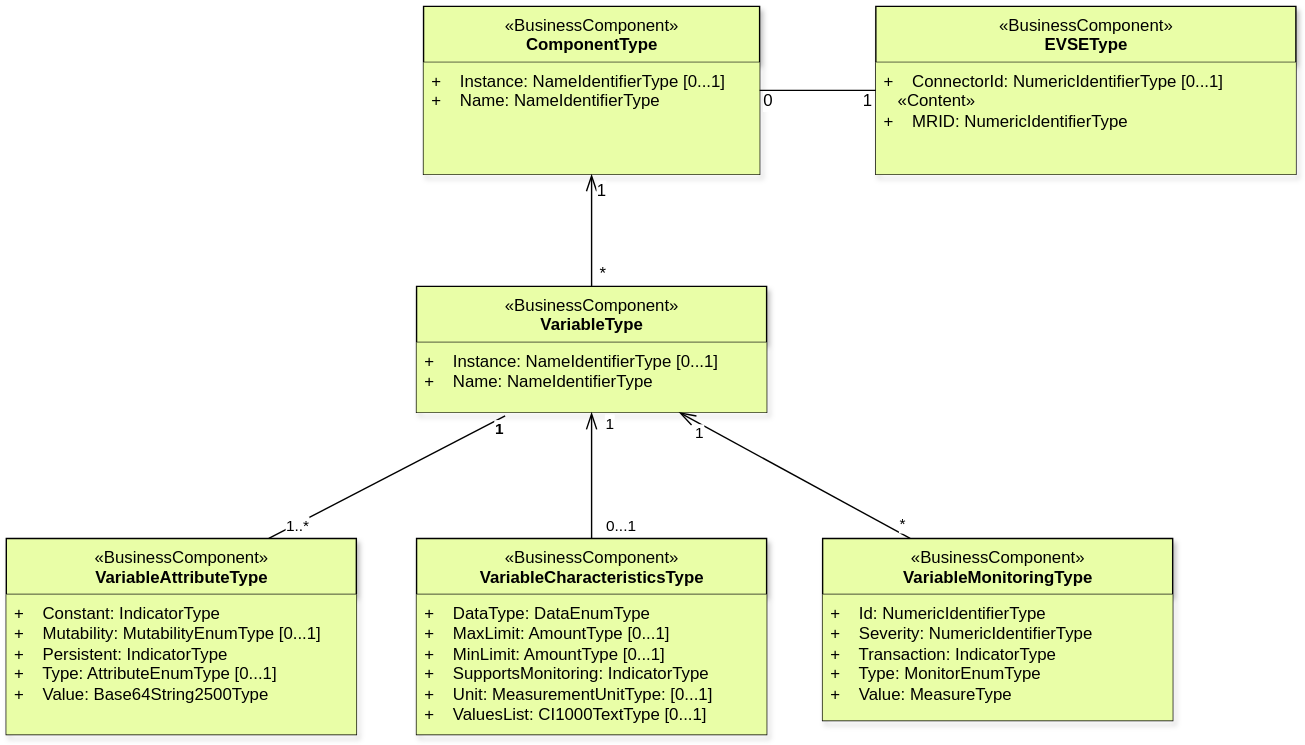
phoi5675/ocpp-markdown keeps this draw.io diagram as OCPP_2.0.1/images/figure_5.svg. Above is the earlier version. Source tidied: cells renumbered, new cells last; positions are measured from the earlier drawing's top-left corner, leaving out a move shared by most shapes.
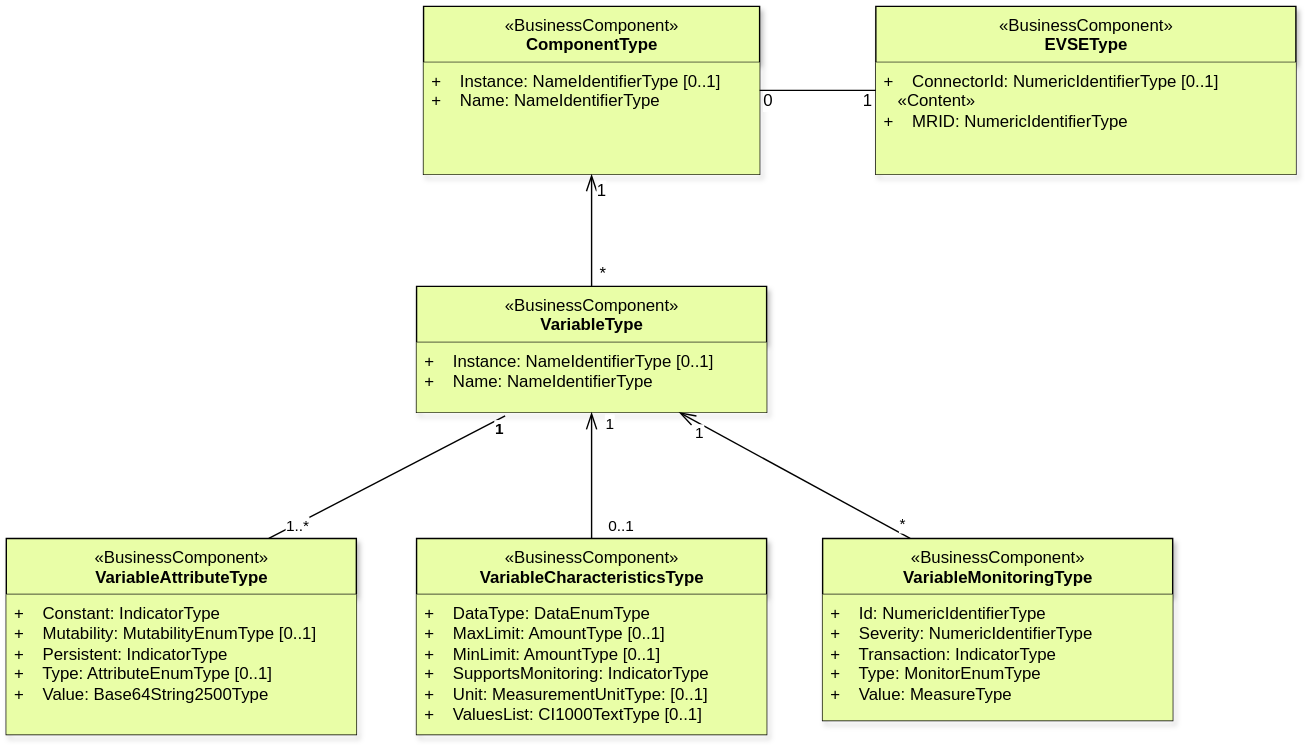
The same file after the commit.

The edit, as a diff of the source:
```diff
@@ -5,19 +5,19 @@
     <mxCell id="2" value="&lt;font style=&quot;font-size: 12px;&quot;&gt;&lt;span style=&quot;background-color: initial; font-size: 12px;&quot;&gt;«BusinessComponent»&lt;br style=&quot;font-size: 12px;&quot;&gt;&lt;/span&gt;&lt;b style=&quot;font-size: 12px;&quot;&gt;ComponentType&lt;/b&gt;&lt;/font&gt;" style="swimlane;fontStyle=0;align=center;verticalAlign=top;horizontal=1;startSize=40;html=1;fillColor=#e9fea7;shadow=1;fontSize=12;" parent="1" vertex="1">
       <mxGeometry x="298" width="240" height="120" as="geometry" />
     </mxCell>
-    <mxCell id="3" value="+&amp;nbsp; &amp;nbsp; Instance: NameIdentifierType [0...1]&lt;br style=&quot;font-size: 12px;&quot;&gt;+&amp;nbsp; &amp;nbsp; Name: NameIdentifierType" style="text;html=1;strokeColor=none;fillColor=#e9fea7;align=left;verticalAlign=top;spacingLeft=4;spacingRight=4;overflow=hidden;points=[[0,0.5],[1,0.5]];portConstraint=eastwest;fontSize=12;" parent="2" vertex="1">
+    <mxCell id="3" value="+&amp;nbsp; &amp;nbsp; Instance: NameIdentifierType [0..1]&lt;br style=&quot;font-size: 12px;&quot;&gt;+&amp;nbsp; &amp;nbsp; Name: NameIdentifierType" style="text;html=1;strokeColor=none;fillColor=#e9fea7;align=left;verticalAlign=top;spacingLeft=4;spacingRight=4;overflow=hidden;points=[[0,0.5],[1,0.5]];portConstraint=eastwest;fontSize=12;" parent="2" vertex="1">
       <mxGeometry y="40" width="240" height="80" as="geometry" />
     </mxCell>
     <mxCell id="4" value="&lt;font style=&quot;font-size: 12px;&quot;&gt;&lt;span style=&quot;background-color: initial; font-size: 12px;&quot;&gt;«BusinessComponent»&lt;br style=&quot;font-size: 12px;&quot;&gt;&lt;/span&gt;&lt;b style=&quot;font-size: 12px;&quot;&gt;VariableType&lt;/b&gt;&lt;/font&gt;" style="swimlane;fontStyle=0;align=center;verticalAlign=top;horizontal=1;startSize=40;html=1;fillColor=#e9fea7;rounded=0;shadow=1;fontSize=12;" parent="1" vertex="1">
       <mxGeometry x="293" y="200" width="250" height="90" as="geometry" />
     </mxCell>
-    <mxCell id="5" value="+&amp;nbsp; &amp;nbsp; Instance: NameIdentifierType [0...1]&lt;br style=&quot;font-size: 12px;&quot;&gt;+&amp;nbsp; &amp;nbsp; Name: NameIdentifierType" style="text;html=1;strokeColor=none;fillColor=#e9fea7;align=left;verticalAlign=top;spacingLeft=4;spacingRight=4;overflow=hidden;points=[[0,0.5],[1,0.5]];portConstraint=eastwest;fontSize=12;" parent="4" vertex="1">
+    <mxCell id="5" value="+&amp;nbsp; &amp;nbsp; Instance: NameIdentifierType [0..1]&lt;br style=&quot;font-size: 12px;&quot;&gt;+&amp;nbsp; &amp;nbsp; Name: NameIdentifierType" style="text;html=1;strokeColor=none;fillColor=#e9fea7;align=left;verticalAlign=top;spacingLeft=4;spacingRight=4;overflow=hidden;points=[[0,0.5],[1,0.5]];portConstraint=eastwest;fontSize=12;" parent="4" vertex="1">
       <mxGeometry y="40" width="250" height="50" as="geometry" />
     </mxCell>
     <mxCell id="6" value="&lt;font style=&quot;font-size: 12px;&quot;&gt;&lt;span style=&quot;background-color: initial; font-size: 12px;&quot;&gt;«BusinessComponent»&lt;br style=&quot;font-size: 12px;&quot;&gt;&lt;/span&gt;&lt;b style=&quot;font-size: 12px;&quot;&gt;EVSEType&lt;/b&gt;&lt;/font&gt;" style="swimlane;fontStyle=0;align=center;verticalAlign=top;horizontal=1;startSize=40;html=1;fillColor=#e9fea7;shadow=1;fontSize=12;" parent="1" vertex="1">
       <mxGeometry x="621" width="300" height="120" as="geometry" />
     </mxCell>
-    <mxCell id="7" value="+&amp;nbsp; &amp;nbsp; ConnectorId: NumericIdentifierType [0...1]&lt;br style=&quot;font-size: 12px;&quot;&gt;&lt;span style=&quot;text-align: center; font-size: 12px;&quot;&gt;&amp;nbsp; &amp;nbsp;«Content»&lt;/span&gt;&lt;br style=&quot;font-size: 12px;&quot;&gt;+&amp;nbsp; &amp;nbsp; MRID: NumericIdentifierType" style="text;html=1;strokeColor=none;fillColor=#e9fea7;align=left;verticalAlign=top;spacingLeft=4;spacingRight=4;overflow=hidden;fontSize=12;" parent="6" vertex="1">
+    <mxCell id="7" value="+&amp;nbsp; &amp;nbsp; ConnectorId: NumericIdentifierType [0..1]&lt;br style=&quot;font-size: 12px;&quot;&gt;&lt;span style=&quot;text-align: center; font-size: 12px;&quot;&gt;&amp;nbsp; &amp;nbsp;«Content»&lt;/span&gt;&lt;br style=&quot;font-size: 12px;&quot;&gt;+&amp;nbsp; &amp;nbsp; MRID: NumericIdentifierType" style="text;html=1;strokeColor=none;fillColor=#e9fea7;align=left;verticalAlign=top;spacingLeft=4;spacingRight=4;overflow=hidden;fontSize=12;" parent="6" vertex="1">
       <mxGeometry y="40" width="300" height="80" as="geometry" />
     </mxCell>
     <mxCell id="8" style="edgeStyle=none;html=1;fontFamily=Helvetica;fontSize=12;endArrow=openThin;endFill=0;endSize=10;" parent="1" edge="1" source="4" target="3">
@@ -62,13 +62,13 @@
     <mxCell id="17" value="&lt;font style=&quot;font-size: 12px;&quot;&gt;&lt;span style=&quot;background-color: initial; font-size: 12px;&quot;&gt;«BusinessComponent»&lt;br style=&quot;font-size: 12px;&quot;&gt;&lt;/span&gt;&lt;b style=&quot;font-size: 12px;&quot;&gt;VariableAttributeType&lt;/b&gt;&lt;/font&gt;" style="swimlane;fontStyle=0;align=center;verticalAlign=top;horizontal=1;startSize=40;html=1;fillColor=#e9fea7;rounded=0;shadow=1;fontSize=12;" parent="1" vertex="1">
       <mxGeometry y="380" width="250" height="140" as="geometry" />
     </mxCell>
-    <mxCell id="18" value="+&amp;nbsp; &amp;nbsp; Constant: IndicatorType&lt;br style=&quot;font-size: 12px;&quot;&gt;+&amp;nbsp; &amp;nbsp; Mutability: MutabilityEnumType [0...1]&lt;br&gt;+&amp;nbsp; &amp;nbsp; Persistent: IndicatorType&lt;br&gt;+&amp;nbsp; &amp;nbsp; Type: AttributeEnumType [0...1]&lt;br&gt;+&amp;nbsp; &amp;nbsp; Value: Base64String2500Type" style="text;html=1;strokeColor=none;fillColor=#e9fea7;align=left;verticalAlign=top;spacingLeft=4;spacingRight=4;overflow=hidden;fontSize=12;" parent="17" vertex="1">
+    <mxCell id="18" value="+&amp;nbsp; &amp;nbsp; Constant: IndicatorType&lt;br style=&quot;font-size: 12px;&quot;&gt;+&amp;nbsp; &amp;nbsp; Mutability: MutabilityEnumType [0..1]&lt;br&gt;+&amp;nbsp; &amp;nbsp; Persistent: IndicatorType&lt;br&gt;+&amp;nbsp; &amp;nbsp; Type: AttributeEnumType [0..1]&lt;br&gt;+&amp;nbsp; &amp;nbsp; Value: Base64String2500Type" style="text;html=1;strokeColor=none;fillColor=#e9fea7;align=left;verticalAlign=top;spacingLeft=4;spacingRight=4;overflow=hidden;fontSize=12;" parent="17" vertex="1">
       <mxGeometry y="40" width="250" height="100" as="geometry" />
     </mxCell>
     <mxCell id="19" style="edgeStyle=none;html=1;exitX=0.5;exitY=0;exitDx=0;exitDy=0;endArrow=openThin;endFill=0;endSize=10;entryX=0.5;entryY=1;entryDx=0;entryDy=0;" parent="1" edge="1" source="22" target="4">
       <mxGeometry relative="1" as="geometry" />
     </mxCell>
-    <mxCell id="20" value="0...1" style="edgeLabel;html=1;align=center;verticalAlign=middle;" parent="19" vertex="1">
+    <mxCell id="20" value="0..1" style="edgeLabel;html=1;align=center;verticalAlign=middle;" parent="19" vertex="1">
       <mxGeometry x="-0.78" y="-1" relative="1" as="geometry">
         <mxPoint x="19" as="offset" />
       </mxGeometry>
@@ -81,7 +81,7 @@
     <mxCell id="22" value="&lt;font style=&quot;font-size: 12px;&quot;&gt;&lt;span style=&quot;background-color: initial; font-size: 12px;&quot;&gt;«BusinessComponent»&lt;br style=&quot;font-size: 12px;&quot;&gt;&lt;/span&gt;&lt;b style=&quot;font-size: 12px;&quot;&gt;VariableCharacteristicsType&lt;/b&gt;&lt;/font&gt;" style="swimlane;fontStyle=0;align=center;verticalAlign=top;horizontal=1;startSize=40;html=1;fillColor=#e9fea7;rounded=0;shadow=1;fontSize=12;" parent="1" vertex="1">
       <mxGeometry x="293" y="380" width="250" height="140" as="geometry" />
     </mxCell>
-    <mxCell id="23" value="+&amp;nbsp; &amp;nbsp; DataType: DataEnumType&lt;br&gt;+&amp;nbsp; &amp;nbsp; MaxLimit: AmountType [0...1]&lt;br&gt;+&amp;nbsp; &amp;nbsp; MinLimit: AmountType [0...1]&lt;br&gt;+&amp;nbsp; &amp;nbsp; SupportsMonitoring: IndicatorType&lt;br&gt;+&amp;nbsp; &amp;nbsp; Unit: MeasurementUnitType: [0...1]&lt;br&gt;+&amp;nbsp; &amp;nbsp; ValuesList: CI1000TextType [0...1]" style="text;html=1;strokeColor=none;fillColor=#e9fea7;align=left;verticalAlign=top;spacingLeft=4;spacingRight=4;overflow=hidden;fontSize=12;" parent="22" vertex="1">
+    <mxCell id="23" value="+&amp;nbsp; &amp;nbsp; DataType: DataEnumType&lt;br&gt;+&amp;nbsp; &amp;nbsp; MaxLimit: AmountType [0..1]&lt;br&gt;+&amp;nbsp; &amp;nbsp; MinLimit: AmountType [0..1]&lt;br&gt;+&amp;nbsp; &amp;nbsp; SupportsMonitoring: IndicatorType&lt;br&gt;+&amp;nbsp; &amp;nbsp; Unit: MeasurementUnitType: [0..1]&lt;br&gt;+&amp;nbsp; &amp;nbsp; ValuesList: CI1000TextType [0..1]" style="text;html=1;strokeColor=none;fillColor=#e9fea7;align=left;verticalAlign=top;spacingLeft=4;spacingRight=4;overflow=hidden;fontSize=12;" parent="22" vertex="1">
       <mxGeometry y="40" width="250" height="100" as="geometry" />
     </mxCell>
     <mxCell id="24" style="edgeStyle=none;html=1;entryX=0.75;entryY=1;entryDx=0;entryDy=0;endArrow=openThin;endFill=0;strokeWidth=1;endSize=10;exitX=0.25;exitY=0;exitDx=0;exitDy=0;" parent="1" edge="1" source="27" target="4">
```
